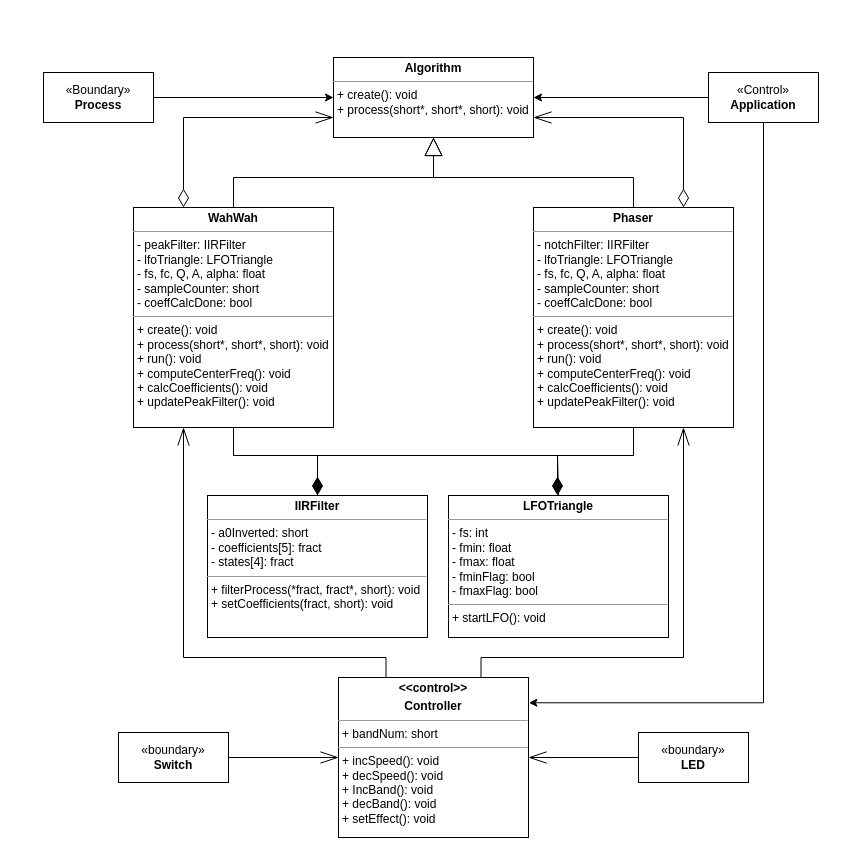
Before: Untitled Diagram.drawio in flamefir/ISB-final-project, a draw.io diagram. Source tidied: cells renumbered, new cells numbered last; positions are measured from the earlier drawing's top-left corner, leaving out a move shared by most shapes. Both pictures are drawn from the tidied source at 100%, with x=0, y=0 at pixel (43, 57).
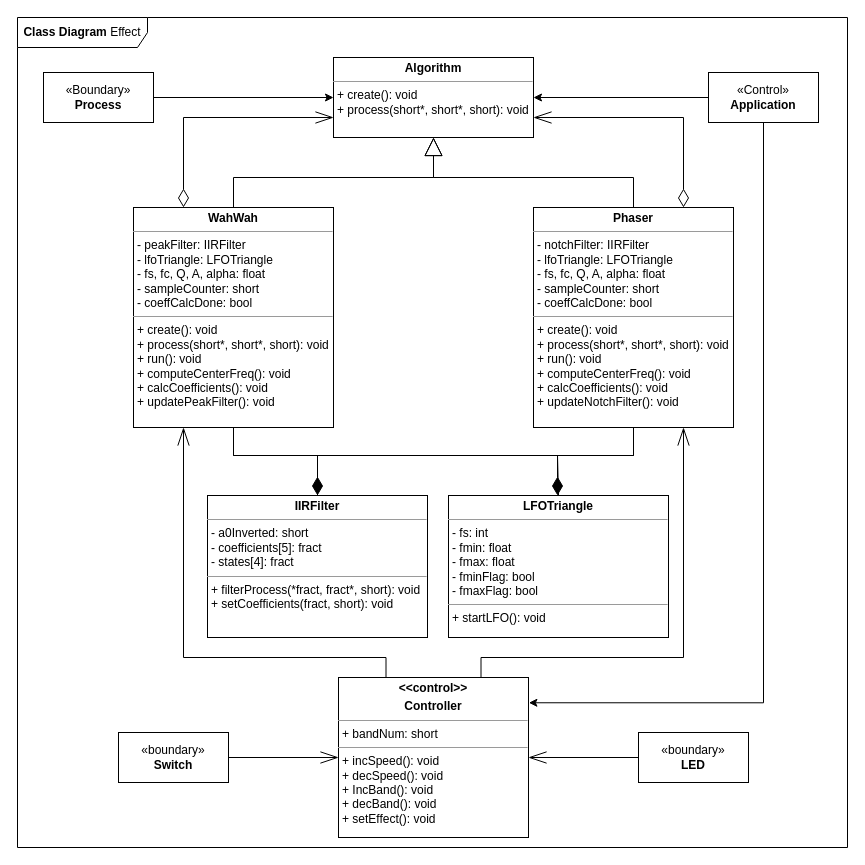
After the change.

Change to the diagram source:
```diff
@@
-    <mxCell id="14" value="&lt;p style=&quot;margin:0px;margin-top:4px;text-align:center;&quot;&gt;&lt;b&gt;Phaser&lt;/b&gt;&lt;/p&gt;&lt;hr size=&quot;1&quot;&gt;&lt;p style=&quot;margin:0px;margin-left:4px;&quot;&gt;- notchFilter: IIRFilter&lt;br&gt;- lfoTriangle: LFOTriangle&lt;/p&gt;&lt;p style=&quot;margin:0px;margin-left:4px;&quot;&gt;- fs, fc, Q, A, alpha: float&lt;/p&gt;&lt;p style=&quot;margin:0px;margin-left:4px;&quot;&gt;- sampleCounter: short&lt;/p&gt;&lt;p style=&quot;margin:0px;margin-left:4px;&quot;&gt;- coeffCalcDone: bool&lt;/p&gt;&lt;hr size=&quot;1&quot;&gt;&lt;p style=&quot;margin:0px;margin-left:4px;&quot;&gt;+ create(): void&lt;br&gt;&lt;/p&gt;&lt;p style=&quot;border-color: var(--border-color); margin: 0px 0px 0px 4px;&quot;&gt;+ process(short*, short*, short): void&lt;br style=&quot;border-color: var(--border-color);&quot;&gt;&lt;/p&gt;&lt;p style=&quot;border-color: var(--border-color); margin: 0px 0px 0px 4px;&quot;&gt;+ run(): void&lt;/p&gt;&lt;p style=&quot;border-color: var(--border-color); margin: 0px 0px 0px 4px;&quot;&gt;+ computeCenterFreq(): void&lt;/p&gt;&lt;p style=&quot;border-color: var(--border-color); margin: 0px 0px 0px 4px;&quot;&gt;+ calcCoefficients(): void&lt;/p&gt;&lt;p style=&quot;border-color: var(--border-color); margin: 0px 0px 0px 4px;&quot;&gt;+ updatePeakFilter(): void&lt;/p&gt;" style="verticalAlign=top;align=left;overflow=fill;fontSize=12;fontFamily=Helvetica;html=1;whiteSpace=wrap;" parent="1" vertex="1">
+    <mxCell id="14" value="&lt;p style=&quot;margin:0px;margin-top:4px;text-align:center;&quot;&gt;&lt;b&gt;Phaser&lt;/b&gt;&lt;/p&gt;&lt;hr size=&quot;1&quot;&gt;&lt;p style=&quot;margin:0px;margin-left:4px;&quot;&gt;- notchFilter: IIRFilter&lt;br&gt;- lfoTriangle: LFOTriangle&lt;/p&gt;&lt;p style=&quot;margin:0px;margin-left:4px;&quot;&gt;- fs, fc, Q, A, alpha: float&lt;/p&gt;&lt;p style=&quot;margin:0px;margin-left:4px;&quot;&gt;- sampleCounter: short&lt;/p&gt;&lt;p style=&quot;margin:0px;margin-left:4px;&quot;&gt;- coeffCalcDone: bool&lt;/p&gt;&lt;hr size=&quot;1&quot;&gt;&lt;p style=&quot;margin:0px;margin-left:4px;&quot;&gt;+ create(): void&lt;br&gt;&lt;/p&gt;&lt;p style=&quot;border-color: var(--border-color); margin: 0px 0px 0px 4px;&quot;&gt;+ process(short*, short*, short): void&lt;br style=&quot;border-color: var(--border-color);&quot;&gt;&lt;/p&gt;&lt;p style=&quot;border-color: var(--border-color); margin: 0px 0px 0px 4px;&quot;&gt;+ run(): void&lt;/p&gt;&lt;p style=&quot;border-color: var(--border-color); margin: 0px 0px 0px 4px;&quot;&gt;+ computeCenterFreq(): void&lt;/p&gt;&lt;p style=&quot;border-color: var(--border-color); margin: 0px 0px 0px 4px;&quot;&gt;+ calcCoefficients(): void&lt;/p&gt;&lt;p style=&quot;border-color: var(--border-color); margin: 0px 0px 0px 4px;&quot;&gt;+ updateNotchFilter(): void&lt;/p&gt;" style="verticalAlign=top;align=left;overflow=fill;fontSize=12;fontFamily=Helvetica;html=1;whiteSpace=wrap;" parent="1" vertex="1">
       <mxGeometry x="490" y="150" width="200" height="220" as="geometry" />
     </mxCell>
@@
+    <mxCell id="27" value="&lt;b&gt;Class Diagram &lt;/b&gt;Effect" style="shape=umlFrame;whiteSpace=wrap;html=1;width=130;height=30;" parent="1" vertex="1">
+      <mxGeometry x="-26" y="-40" width="830" height="830" as="geometry" />
+    </mxCell>
```
